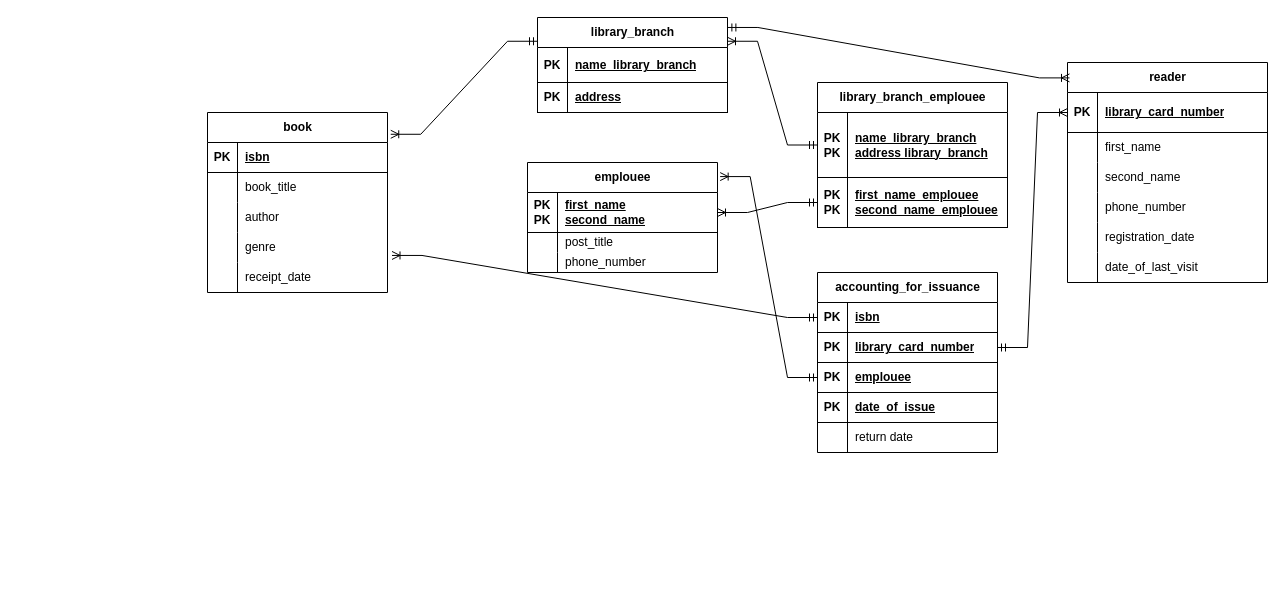
Before: lab1/lab1_task1.drawio in ValentinKonstantinov/-Database, a draw.io diagram. Source tidied: cells renumbered, new cells numbered last; positions are measured from the earlier drawing's top-left corner, leaving out a move shared by most shapes. Both pictures are drawn from the tidied source at 100%, with x=0, y=0 at pixel (207, 17).
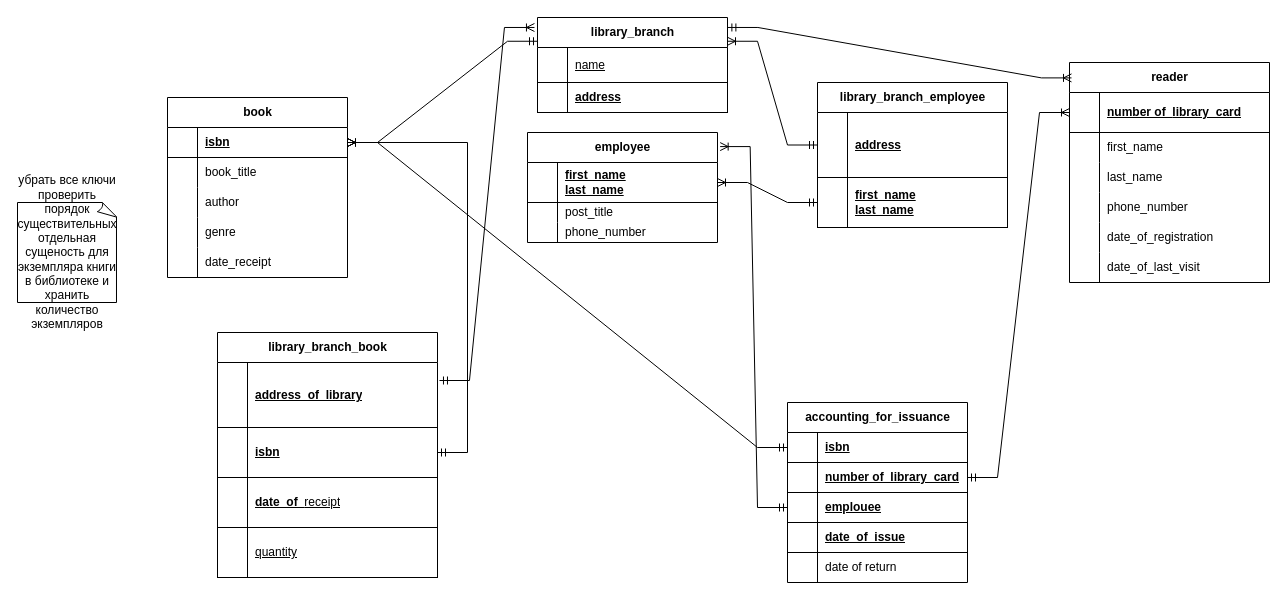
The same page after the edit.

Unchanged cells that the change refers to:
```xml
<mxCell id="3" style="shape=tableRow;horizontal=0;startSize=0;swimlaneHead=0;swimlaneBody=0;fillColor=none;points=[[0,0.5],[1,0.5]];portConstraint=eastwest;top=0;left=0;right=0;bottom=1;" parent="2" vertex="1">
  <mxGeometry y="30" width="190" height="40" as="geometry" />
</mxCell>
<mxCell id="12" value="library_branch" style="shape=table;startSize=30;childLayout=tableLayout;rowLines=0;fontStyle=1;align=center;html=1;" parent="1" vertex="1">
  <mxGeometry x="330" width="190" height="95" as="geometry" />
</mxCell>
<mxCell id="13" style="shape=tableRow;horizontal=0;startSize=0;swimlaneHead=0;swimlaneBody=0;fillColor=none;top=0;left=0;right=0;bottom=1;" parent="12" vertex="1">
  <mxGeometry y="30" width="190" height="35" as="geometry" />
</mxCell>
<mxCell id="16" style="shape=tableRow;horizontal=0;startSize=0;swimlaneHead=0;swimlaneBody=0;fillColor=none;top=0;left=0;right=0;bottom=1;" parent="12" vertex="1">
  <mxGeometry y="65" width="190" height="30" as="geometry" />
</mxCell>
<mxCell id="20" style="shape=tableRow;horizontal=0;startSize=0;swimlaneHead=0;swimlaneBody=0;fillColor=none;points=[[0,0.5],[1,0.5]];portConstraint=eastwest;top=0;left=0;right=0;bottom=1;" parent="19" vertex="1">
  <mxGeometry y="30" width="190" height="65" as="geometry" />
</mxCell>
<mxCell id="23" style="shape=tableRow;horizontal=0;startSize=0;swimlaneHead=0;swimlaneBody=0;fillColor=none;points=[[0,0.5],[1,0.5]];portConstraint=eastwest;top=0;left=0;right=0;bottom=1;" parent="19" vertex="1">
  <mxGeometry y="95" width="190" height="50" as="geometry" />
</mxCell>
<mxCell id="27" style="shape=tableRow;horizontal=0;startSize=0;swimlaneHead=0;swimlaneBody=0;fillColor=none;points=[[0,0.5],[1,0.5]];portConstraint=eastwest;top=0;left=0;right=0;bottom=1;" parent="26" vertex="1">
  <mxGeometry y="30" width="180" height="30" as="geometry" />
</mxCell>
<mxCell id="36" style="shape=tableRow;horizontal=0;startSize=0;swimlaneHead=0;swimlaneBody=0;fillColor=none;points=[[0,0.5],[1,0.5]];portConstraint=eastwest;top=0;left=0;right=0;bottom=0;" parent="26" vertex="1">
  <mxGeometry y="120" width="180" height="30" as="geometry" />
</mxCell>
<mxCell id="39" style="shape=tableRow;horizontal=0;startSize=0;swimlaneHead=0;swimlaneBody=0;fillColor=none;top=0;left=0;right=0;bottom=0;" parent="26" vertex="1">
  <mxGeometry y="150" width="180" height="30" as="geometry" />
</mxCell>
<mxCell id="43" style="shape=tableRow;horizontal=0;startSize=0;swimlaneHead=0;swimlaneBody=0;fillColor=none;points=[[0,0.5],[1,0.5]];portConstraint=eastwest;top=0;left=0;right=0;bottom=1;" parent="42" vertex="1">
  <mxGeometry y="30" width="200" height="40" as="geometry" />
</mxCell>
<mxCell id="49" style="shape=tableRow;horizontal=0;startSize=0;swimlaneHead=0;swimlaneBody=0;fillColor=none;top=0;left=0;right=0;bottom=0;" parent="42" vertex="1">
  <mxGeometry y="100" width="200" height="30" as="geometry" />
</mxCell>
<mxCell id="55" style="shape=tableRow;horizontal=0;startSize=0;swimlaneHead=0;swimlaneBody=0;fillColor=none;top=0;left=0;right=0;bottom=0;" parent="42" vertex="1">
  <mxGeometry y="160" width="200" height="30" as="geometry" />
</mxCell>
<mxCell id="62" style="shape=tableRow;horizontal=0;startSize=0;swimlaneHead=0;swimlaneBody=0;fillColor=none;points=[[0,0.5],[1,0.5]];portConstraint=eastwest;top=0;left=0;right=0;bottom=1;" parent="61" vertex="1">
  <mxGeometry y="30" width="180" height="30" as="geometry" />
</mxCell>
<mxCell id="65" style="shape=tableRow;horizontal=0;startSize=0;swimlaneHead=0;swimlaneBody=0;fillColor=none;points=[[0,0.5],[1,0.5]];portConstraint=eastwest;top=0;left=0;right=0;bottom=1;" parent="61" vertex="1">
  <mxGeometry y="60" width="180" height="30" as="geometry" />
</mxCell>
<mxCell id="68" style="shape=tableRow;horizontal=0;startSize=0;swimlaneHead=0;swimlaneBody=0;fillColor=none;points=[[0,0.5],[1,0.5]];portConstraint=eastwest;top=0;left=0;right=0;bottom=1;" parent="61" vertex="1">
  <mxGeometry y="90" width="180" height="30" as="geometry" />
</mxCell>
<mxCell id="71" style="shape=tableRow;horizontal=0;startSize=0;swimlaneHead=0;swimlaneBody=0;fillColor=none;top=0;left=0;right=0;bottom=1;" parent="61" vertex="1">
  <mxGeometry y="120" width="180" height="30" as="geometry" />
</mxCell>
<mxCell id="74" style="shape=tableRow;horizontal=0;startSize=0;swimlaneHead=0;swimlaneBody=0;fillColor=none;top=0;left=0;right=0;bottom=0;" parent="61" vertex="1">
  <mxGeometry y="150" width="180" height="30" as="geometry" />
</mxCell>
```

Change to the diagram source:
```diff
@@
-    <mxCell id="2" value="emplouee" style="shape=table;startSize=30;childLayout=tableLayout;rowLines=0;fontStyle=1;align=center;html=1;" parent="1" vertex="1">
-      <mxGeometry x="320" y="145" width="190" height="110" as="geometry" />
+    <mxCell id="2" value="employee" style="shape=table;startSize=30;childLayout=tableLayout;rowLines=0;fontStyle=1;align=center;html=1;" parent="1" vertex="1">
+      <mxGeometry x="320" y="115" width="190" height="110" as="geometry" />
     </mxCell>
@@
-    <mxCell id="4" value="PK&lt;br&gt;PK" style="shape=partialRectangle;fillColor=none;top=0;left=0;bottom=0;right=0;fontStyle=1;overflow=hidden;whiteSpace=wrap;html=1;" parent="3" vertex="1">
+    <mxCell id="4" style="shape=partialRectangle;fillColor=none;top=0;left=0;bottom=0;right=0;fontStyle=1;overflow=hidden;whiteSpace=wrap;html=1;" parent="3" vertex="1">
       <mxGeometry width="30" height="40" as="geometry" />
     </mxCell>
-    <mxCell id="5" value="first_name&lt;br&gt;second_name" style="shape=partialRectangle;fillColor=none;top=0;left=0;bottom=0;right=0;align=left;spacingLeft=6;fontStyle=5;overflow=hidden;whiteSpace=wrap;html=1;" parent="3" vertex="1">
+    <mxCell id="5" value="first_name&lt;br&gt;last_name" style="shape=partialRectangle;fillColor=none;top=0;left=0;bottom=0;right=0;align=left;spacingLeft=6;fontStyle=5;overflow=hidden;whiteSpace=wrap;html=1;" parent="3" vertex="1">
       <mxGeometry x="30" width="160" height="40" as="geometry" />
     </mxCell>
@@
-    <mxCell id="14" value="PK" style="shape=partialRectangle;fillColor=none;top=0;left=0;bottom=0;right=0;fontStyle=1;overflow=hidden;whiteSpace=wrap;html=1;" parent="13" vertex="1">
+    <mxCell id="14" style="shape=partialRectangle;fillColor=none;top=0;left=0;bottom=0;right=0;fontStyle=1;overflow=hidden;whiteSpace=wrap;html=1;" parent="13" vertex="1">
       <mxGeometry width="30" height="35" as="geometry" />
     </mxCell>
-    <mxCell id="15" value="name_library_branch" style="shape=partialRectangle;fillColor=none;top=0;left=0;bottom=0;right=0;align=left;spacingLeft=6;fontStyle=5;overflow=hidden;whiteSpace=wrap;html=1;" parent="13" vertex="1">
+    <mxCell id="15" value="&lt;span style=&quot;font-weight: normal;&quot;&gt;name&lt;/span&gt;" style="shape=partialRectangle;fillColor=none;top=0;left=0;bottom=0;right=0;align=left;spacingLeft=6;fontStyle=5;overflow=hidden;whiteSpace=wrap;html=1;" parent="13" vertex="1">
       <mxGeometry x="30" width="160" height="35" as="geometry" />
     </mxCell>
@@
-    <mxCell id="17" value="PK" style="shape=partialRectangle;fillColor=none;top=0;left=0;bottom=0;right=0;fontStyle=1;overflow=hidden;whiteSpace=wrap;html=1;" parent="16" vertex="1">
+    <mxCell id="17" style="shape=partialRectangle;fillColor=none;top=0;left=0;bottom=0;right=0;fontStyle=1;overflow=hidden;whiteSpace=wrap;html=1;" parent="16" vertex="1">
       <mxGeometry width="30" height="30" as="geometry" />
     </mxCell>
@@
-    <mxCell id="19" value="library_branch_emplouee" style="shape=table;startSize=30;childLayout=tableLayout;rowLines=0;fontStyle=1;align=center;html=1;" parent="1" vertex="1">
+    <mxCell id="19" value="library_branch_employee" style="shape=table;startSize=30;childLayout=tableLayout;rowLines=0;fontStyle=1;align=center;html=1;" parent="1" vertex="1">
       <mxGeometry x="610" y="65" width="190" height="145" as="geometry" />
     </mxCell>
@@
-    <mxCell id="21" value="PK&lt;br&gt;PK" style="shape=partialRectangle;fillColor=none;top=0;left=0;bottom=0;right=0;fontStyle=1;overflow=hidden;whiteSpace=wrap;html=1;" parent="20" vertex="1">
+    <mxCell id="21" style="shape=partialRectangle;fillColor=none;top=0;left=0;bottom=0;right=0;fontStyle=1;overflow=hidden;whiteSpace=wrap;html=1;" parent="20" vertex="1">
       <mxGeometry width="30" height="65" as="geometry" />
     </mxCell>
-    <mxCell id="22" value="name_library_branch&lt;br&gt;address&amp;nbsp;library_branch" style="shape=partialRectangle;fillColor=none;top=0;left=0;bottom=0;right=0;align=left;spacingLeft=6;fontStyle=5;overflow=hidden;whiteSpace=wrap;html=1;" parent="20" vertex="1">
+    <mxCell id="22" value="address" style="shape=partialRectangle;fillColor=none;top=0;left=0;bottom=0;right=0;align=left;spacingLeft=6;fontStyle=5;overflow=hidden;whiteSpace=wrap;html=1;" parent="20" vertex="1">
       <mxGeometry x="30" width="160" height="65" as="geometry" />
     </mxCell>
@@
-    <mxCell id="24" value="PK&lt;br&gt;PK" style="shape=partialRectangle;fillColor=none;top=0;left=0;bottom=0;right=0;fontStyle=1;overflow=hidden;whiteSpace=wrap;html=1;" parent="23" vertex="1">
+    <mxCell id="24" style="shape=partialRectangle;fillColor=none;top=0;left=0;bottom=0;right=0;fontStyle=1;overflow=hidden;whiteSpace=wrap;html=1;" parent="23" vertex="1">
       <mxGeometry width="30" height="50" as="geometry" />
     </mxCell>
-    <mxCell id="25" value="first_name_emplouee&lt;br style=&quot;border-color: var(--border-color);&quot;&gt;second_name_emplouee" style="shape=partialRectangle;fillColor=none;top=0;left=0;bottom=0;right=0;align=left;spacingLeft=6;fontStyle=5;overflow=hidden;whiteSpace=wrap;html=1;" parent="23" vertex="1">
+    <mxCell id="25" value="first_name&lt;br style=&quot;border-color: var(--border-color);&quot;&gt;last_name" style="shape=partialRectangle;fillColor=none;top=0;left=0;bottom=0;right=0;align=left;spacingLeft=6;fontStyle=5;overflow=hidden;whiteSpace=wrap;html=1;" parent="23" vertex="1">
       <mxGeometry x="30" width="160" height="50" as="geometry" />
     </mxCell>
     <mxCell id="26" value="book" style="shape=table;startSize=30;childLayout=tableLayout;rowLines=0;fontStyle=1;align=center;html=1;" parent="1" vertex="1">
-      <mxGeometry y="95" width="180" height="180" as="geometry" />
+      <mxGeometry x="-40" y="80" width="180" height="180" as="geometry" />
     </mxCell>
@@
-    <mxCell id="28" value="PK" style="shape=partialRectangle;fillColor=none;top=0;left=0;bottom=0;right=0;fontStyle=1;overflow=hidden;whiteSpace=wrap;html=1;" parent="27" vertex="1">
+    <mxCell id="28" style="shape=partialRectangle;fillColor=none;top=0;left=0;bottom=0;right=0;fontStyle=1;overflow=hidden;whiteSpace=wrap;html=1;" parent="27" vertex="1">
       <mxGeometry width="30" height="30" as="geometry" />
     </mxCell>
@@
-    <mxCell id="41" value="receipt_date" style="shape=partialRectangle;fillColor=none;top=0;left=0;bottom=0;right=0;align=left;spacingLeft=6;overflow=hidden;whiteSpace=wrap;html=1;" parent="39" vertex="1">
+    <mxCell id="41" value="date_receipt" style="shape=partialRectangle;fillColor=none;top=0;left=0;bottom=0;right=0;align=left;spacingLeft=6;overflow=hidden;whiteSpace=wrap;html=1;" parent="39" vertex="1">
       <mxGeometry x="30" width="150" height="30" as="geometry" />
     </mxCell>
     <mxCell id="42" value="reader" style="shape=table;startSize=30;childLayout=tableLayout;rowLines=0;fontStyle=1;align=center;html=1;" parent="1" vertex="1">
-      <mxGeometry x="860" y="45" width="200" height="220" as="geometry" />
+      <mxGeometry x="862" y="45" width="200" height="220" as="geometry" />
     </mxCell>
@@
-    <mxCell id="44" value="PK" style="shape=partialRectangle;fillColor=none;top=0;left=0;bottom=0;right=0;fontStyle=1;overflow=hidden;whiteSpace=wrap;html=1;" parent="43" vertex="1">
+    <mxCell id="44" style="shape=partialRectangle;fillColor=none;top=0;left=0;bottom=0;right=0;fontStyle=1;overflow=hidden;whiteSpace=wrap;html=1;" parent="43" vertex="1">
       <mxGeometry width="30" height="40" as="geometry" />
     </mxCell>
-    <mxCell id="45" value="&lt;div&gt;&lt;span style=&quot;background-color: initial;&quot;&gt;library_card_number&lt;/span&gt;&lt;br&gt;&lt;/div&gt;" style="shape=partialRectangle;fillColor=none;top=0;left=0;bottom=0;right=0;align=left;spacingLeft=6;fontStyle=5;overflow=hidden;whiteSpace=wrap;html=1;" parent="43" vertex="1">
+    <mxCell id="45" value="number of_&lt;span style=&quot;background-color: initial;&quot;&gt;library_card&lt;/span&gt;" style="shape=partialRectangle;fillColor=none;top=0;left=0;bottom=0;right=0;align=left;spacingLeft=6;fontStyle=5;overflow=hidden;whiteSpace=wrap;html=1;" parent="43" vertex="1">
       <mxGeometry x="30" width="170" height="40" as="geometry" />
     </mxCell>
@@
-    <mxCell id="51" value="second_name" style="shape=partialRectangle;fillColor=none;top=0;left=0;bottom=0;right=0;align=left;spacingLeft=6;overflow=hidden;whiteSpace=wrap;html=1;" parent="49" vertex="1">
+    <mxCell id="51" value="last_name" style="shape=partialRectangle;fillColor=none;top=0;left=0;bottom=0;right=0;align=left;spacingLeft=6;overflow=hidden;whiteSpace=wrap;html=1;" parent="49" vertex="1">
       <mxGeometry x="30" width="170" height="30" as="geometry" />
     </mxCell>
@@
-    <mxCell id="57" value="registration_date" style="shape=partialRectangle;fillColor=none;top=0;left=0;bottom=0;right=0;align=left;spacingLeft=6;overflow=hidden;whiteSpace=wrap;html=1;" parent="55" vertex="1">
+    <mxCell id="57" value="date_of_registration" style="shape=partialRectangle;fillColor=none;top=0;left=0;bottom=0;right=0;align=left;spacingLeft=6;overflow=hidden;whiteSpace=wrap;html=1;" parent="55" vertex="1">
       <mxGeometry x="30" width="170" height="30" as="geometry" />
     </mxCell>
@@
     <mxCell id="61" value="accounting_for_issuance" style="shape=table;startSize=30;childLayout=tableLayout;rowLines=0;fontStyle=1;align=center;html=1;" parent="1" vertex="1">
-      <mxGeometry x="610" y="255" width="180" height="180" as="geometry" />
+      <mxGeometry x="580" y="385" width="180" height="180" as="geometry" />
     </mxCell>
@@
-    <mxCell id="63" value="PK" style="shape=partialRectangle;fillColor=none;top=0;left=0;bottom=0;right=0;fontStyle=1;overflow=hidden;whiteSpace=wrap;html=1;" parent="62" vertex="1">
+    <mxCell id="63" style="shape=partialRectangle;fillColor=none;top=0;left=0;bottom=0;right=0;fontStyle=1;overflow=hidden;whiteSpace=wrap;html=1;" parent="62" vertex="1">
       <mxGeometry width="30" height="30" as="geometry" />
     </mxCell>
@@
-    <mxCell id="66" value="PK" style="shape=partialRectangle;fillColor=none;top=0;left=0;bottom=0;right=0;fontStyle=1;overflow=hidden;whiteSpace=wrap;html=1;" parent="65" vertex="1">
+    <mxCell id="66" style="shape=partialRectangle;fillColor=none;top=0;left=0;bottom=0;right=0;fontStyle=1;overflow=hidden;whiteSpace=wrap;html=1;" parent="65" vertex="1">
       <mxGeometry width="30" height="30" as="geometry" />
     </mxCell>
-    <mxCell id="67" value="library_card_number" style="shape=partialRectangle;fillColor=none;top=0;left=0;bottom=0;right=0;align=left;spacingLeft=6;fontStyle=5;overflow=hidden;whiteSpace=wrap;html=1;" parent="65" vertex="1">
+    <mxCell id="67" value="number of_library_card" style="shape=partialRectangle;fillColor=none;top=0;left=0;bottom=0;right=0;align=left;spacingLeft=6;fontStyle=5;overflow=hidden;whiteSpace=wrap;html=1;" parent="65" vertex="1">
       <mxGeometry x="30" width="150" height="30" as="geometry" />
     </mxCell>
@@
-    <mxCell id="69" value="PK" style="shape=partialRectangle;fillColor=none;top=0;left=0;bottom=0;right=0;fontStyle=1;overflow=hidden;whiteSpace=wrap;html=1;" parent="68" vertex="1">
+    <mxCell id="69" style="shape=partialRectangle;fillColor=none;top=0;left=0;bottom=0;right=0;fontStyle=1;overflow=hidden;whiteSpace=wrap;html=1;" parent="68" vertex="1">
       <mxGeometry width="30" height="30" as="geometry" />
     </mxCell>
@@
-    <mxCell id="72" value="PK" style="shape=partialRectangle;fillColor=none;top=0;left=0;bottom=0;right=0;fontStyle=1;overflow=hidden;whiteSpace=wrap;html=1;" parent="71" vertex="1">
+    <mxCell id="72" style="shape=partialRectangle;fillColor=none;top=0;left=0;bottom=0;right=0;fontStyle=1;overflow=hidden;whiteSpace=wrap;html=1;" parent="71" vertex="1">
       <mxGeometry width="30" height="30" as="geometry" />
     </mxCell>
@@
-    <mxCell id="76" value="return date" style="shape=partialRectangle;fillColor=none;top=0;left=0;bottom=0;right=0;align=left;spacingLeft=6;overflow=hidden;whiteSpace=wrap;html=1;" parent="74" vertex="1">
+    <mxCell id="76" value="date of return" style="shape=partialRectangle;fillColor=none;top=0;left=0;bottom=0;right=0;align=left;spacingLeft=6;overflow=hidden;whiteSpace=wrap;html=1;" parent="74" vertex="1">
       <mxGeometry x="30" width="150" height="30" as="geometry" />
     </mxCell>
@@
-    <mxCell id="80" style="edgeStyle=entityRelationEdgeStyle;fontSize=12;html=1;endArrow=ERoneToMany;startArrow=ERmandOne;rounded=0;exitX=0;exitY=0.25;exitDx=0;exitDy=0;entryX=1.018;entryY=0.121;entryDx=0;entryDy=0;entryPerimeter=0;" parent="1" edge="1" source="12" target="26">
+    <mxCell id="80" style="edgeStyle=entityRelationEdgeStyle;fontSize=12;html=1;endArrow=ERoneToMany;startArrow=ERmandOne;rounded=0;exitX=0;exitY=0.25;exitDx=0;exitDy=0;entryX=1;entryY=0.5;entryDx=0;entryDy=0;" parent="1" edge="1" source="12" target="27">
       <mxGeometry relative="1" as="geometry" />
     </mxCell>
-    <mxCell id="81" style="edgeStyle=entityRelationEdgeStyle;fontSize=12;html=1;endArrow=ERoneToMany;startArrow=ERmandOne;rounded=0;entryX=1.025;entryY=0.765;entryDx=0;entryDy=0;exitX=0;exitY=0.5;exitDx=0;exitDy=0;entryPerimeter=0;" parent="1" edge="1" source="62" target="36">
+    <mxCell id="81" style="edgeStyle=entityRelationEdgeStyle;fontSize=12;html=1;endArrow=ERoneToMany;startArrow=ERmandOne;rounded=0;entryX=1;entryY=0.5;entryDx=0;entryDy=0;exitX=0;exitY=0.5;exitDx=0;exitDy=0;" parent="1" edge="1" source="62" target="27">
       <mxGeometry relative="1" as="geometry">
         <Array as="points">
           <mxPoint x="574" y="675" />
           <mxPoint x="604" y="655" />
           <mxPoint x="614" y="635" />
           <mxPoint x="634" y="675" />
           <mxPoint x="594" y="645" />
         </Array>
       </mxGeometry>
     </mxCell>
@@
+    <mxCell id="84" value="убрать все ключи&lt;br&gt;проверить порядок существительных&lt;div&gt;отдельная сущеность для экземпляра книги в библиотеке и хранить количество экземпляров&lt;/div&gt;" style="whiteSpace=wrap;html=1;shape=mxgraph.basic.document;" parent="1" vertex="1">
+      <mxGeometry x="-190" y="185" width="100" height="100" as="geometry" />
+    </mxCell>
+    <mxCell id="85" value="library_branch_book" style="shape=table;startSize=30;childLayout=tableLayout;rowLines=0;fontStyle=1;align=center;html=1;" parent="1" vertex="1">
+      <mxGeometry x="10" y="315" width="220" height="245" as="geometry" />
+    </mxCell>
+    <mxCell id="86" style="shape=tableRow;horizontal=0;startSize=0;swimlaneHead=0;swimlaneBody=0;fillColor=none;points=[[0,0.5],[1,0.5]];portConstraint=eastwest;top=0;left=0;right=0;bottom=1;" parent="85" vertex="1">
+      <mxGeometry y="30" width="220" height="65" as="geometry" />
+    </mxCell>
+    <mxCell id="87" style="shape=partialRectangle;fillColor=none;top=0;left=0;bottom=0;right=0;fontStyle=1;overflow=hidden;whiteSpace=wrap;html=1;" parent="86" vertex="1">
+      <mxGeometry width="30" height="65" as="geometry" />
+    </mxCell>
+    <mxCell id="88" value="address_of_library" style="shape=partialRectangle;fillColor=none;top=0;left=0;bottom=0;right=0;align=left;spacingLeft=6;fontStyle=5;overflow=hidden;whiteSpace=wrap;html=1;" parent="86" vertex="1">
+      <mxGeometry x="30" width="190" height="65" as="geometry" />
+    </mxCell>
+    <mxCell id="89" style="shape=tableRow;horizontal=0;startSize=0;swimlaneHead=0;swimlaneBody=0;fillColor=none;top=0;left=0;right=0;bottom=1;" parent="85" vertex="1">
+      <mxGeometry y="95" width="220" height="50" as="geometry" />
+    </mxCell>
+    <mxCell id="90" style="shape=partialRectangle;fillColor=none;top=0;left=0;bottom=0;right=0;fontStyle=1;overflow=hidden;whiteSpace=wrap;html=1;" parent="89" vertex="1">
+      <mxGeometry width="30" height="50" as="geometry" />
+    </mxCell>
+    <mxCell id="91" value="isbn" style="shape=partialRectangle;fillColor=none;top=0;left=0;bottom=0;right=0;align=left;spacingLeft=6;fontStyle=5;overflow=hidden;whiteSpace=wrap;html=1;" parent="89" vertex="1">
+      <mxGeometry x="30" width="190" height="50" as="geometry" />
+    </mxCell>
+    <mxCell id="92" style="shape=tableRow;horizontal=0;startSize=0;swimlaneHead=0;swimlaneBody=0;fillColor=none;top=0;left=0;right=0;bottom=1;" parent="85" vertex="1">
+      <mxGeometry y="145" width="220" height="50" as="geometry" />
+    </mxCell>
+    <mxCell id="93" style="shape=partialRectangle;fillColor=none;top=0;left=0;bottom=0;right=0;fontStyle=1;overflow=hidden;whiteSpace=wrap;html=1;" parent="92" vertex="1">
+      <mxGeometry width="30" height="50" as="geometry" />
+    </mxCell>
+    <mxCell id="94" value="&lt;h4&gt;date_of_&lt;span style=&quot;font-weight: normal;&quot;&gt;receipt&lt;/span&gt;&lt;/h4&gt;" style="shape=partialRectangle;fillColor=none;top=0;left=0;bottom=0;right=0;align=left;spacingLeft=6;fontStyle=5;overflow=hidden;whiteSpace=wrap;html=1;" parent="92" vertex="1">
+      <mxGeometry x="30" width="190" height="50" as="geometry" />
+    </mxCell>
+    <mxCell id="95" style="shape=tableRow;horizontal=0;startSize=0;swimlaneHead=0;swimlaneBody=0;fillColor=none;top=0;left=0;right=0;bottom=1;" parent="85" vertex="1">
+      <mxGeometry y="195" width="220" height="50" as="geometry" />
+    </mxCell>
+    <mxCell id="96" style="shape=partialRectangle;fillColor=none;top=0;left=0;bottom=0;right=0;fontStyle=1;overflow=hidden;whiteSpace=wrap;html=1;" parent="95" vertex="1">
+      <mxGeometry width="30" height="50" as="geometry" />
+    </mxCell>
+    <mxCell id="97" value="&lt;h4&gt;&lt;span style=&quot;font-weight: normal;&quot;&gt;quantity&lt;/span&gt;&lt;br&gt;&lt;/h4&gt;" style="shape=partialRectangle;fillColor=none;top=0;left=0;bottom=0;right=0;align=left;spacingLeft=6;fontStyle=5;overflow=hidden;whiteSpace=wrap;html=1;" parent="95" vertex="1">
+      <mxGeometry x="30" width="190" height="50" as="geometry" />
+    </mxCell>
+    <mxCell id="98" style="edgeStyle=entityRelationEdgeStyle;fontSize=12;html=1;endArrow=ERoneToMany;startArrow=ERmandOne;rounded=0;entryX=-0.016;entryY=0.105;entryDx=0;entryDy=0;exitX=1.009;exitY=0.277;exitDx=0;exitDy=0;exitPerimeter=0;entryPerimeter=0;" parent="1" edge="1" source="86" target="12">
+      <mxGeometry relative="1" as="geometry">
+        <Array as="points">
+          <mxPoint x="414" y="653.8" />
+          <mxPoint x="444" y="633.8" />
+          <mxPoint x="454" y="613.8" />
+          <mxPoint x="474" y="653.8" />
+          <mxPoint x="434" y="623.8" />
+        </Array>
+      </mxGeometry>
+    </mxCell>
+    <mxCell id="99" style="edgeStyle=entityRelationEdgeStyle;fontSize=12;html=1;endArrow=ERoneToMany;startArrow=ERmandOne;rounded=0;entryX=1;entryY=0.5;entryDx=0;entryDy=0;" parent="1" edge="1" target="27">
+      <mxGeometry relative="1" as="geometry">
+        <mxPoint x="230" y="435" as="sourcePoint" />
+        <Array as="points">
+          <mxPoint x="452" y="748.8" />
+          <mxPoint x="482" y="728.8" />
+          <mxPoint x="492" y="708.8" />
+          <mxPoint x="512" y="748.8" />
+          <mxPoint x="472" y="718.8" />
+        </Array>
+      </mxGeometry>
+    </mxCell>
```
